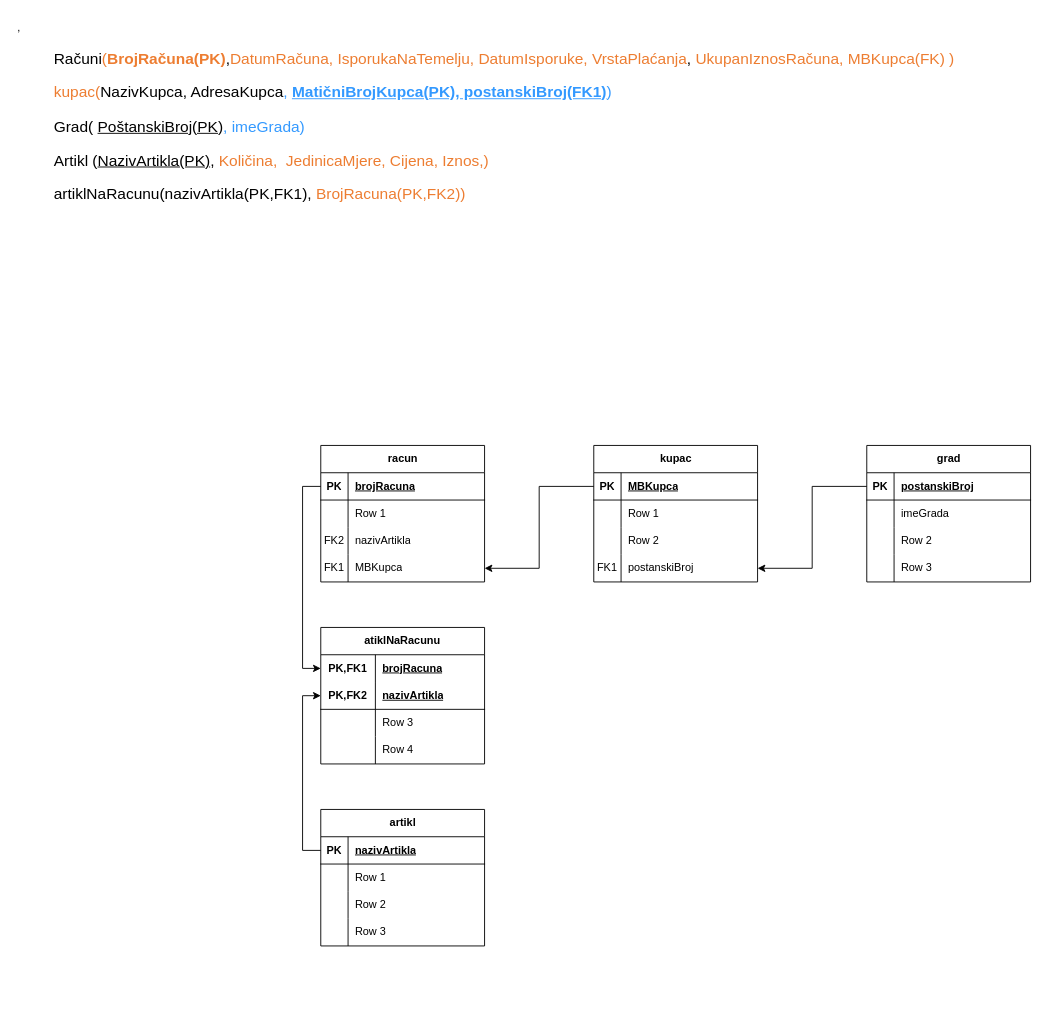
The draw.io diagram bp_v_20231025_Normaliyzacija.drawio in ivorp95/Telematika, before the edit. Source tidied: cells renumbered, new cells numbered last; positions are measured from the earlier drawing's top-left corner, leaving out a move shared by most shapes. Both pictures are drawn from the tidied source at 91%, with x=0, y=0 at pixel (15, 15).
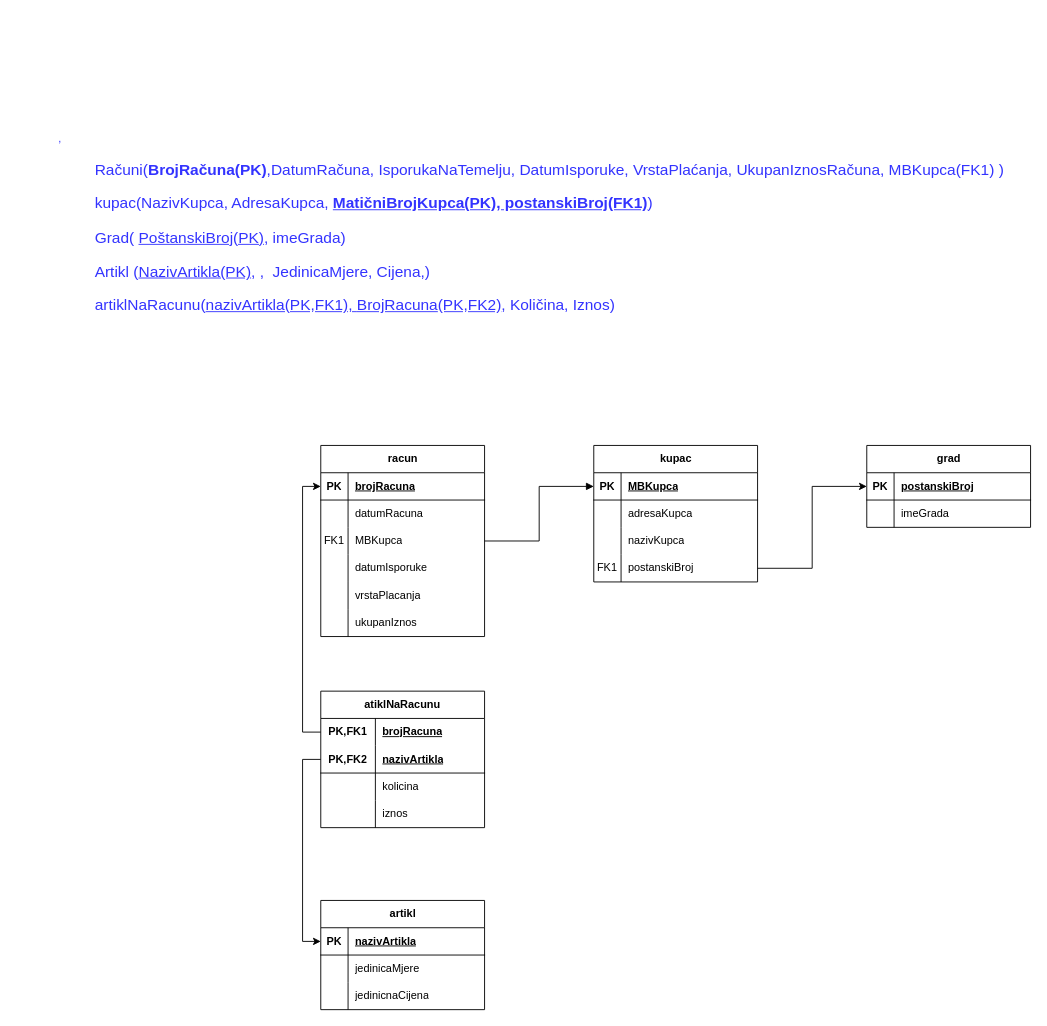
The same page after the edit.

Unchanged cells that the change refers to:
```xml
<mxCell id="4" style="shape=tableRow;horizontal=0;startSize=0;swimlaneHead=0;swimlaneBody=0;fillColor=none;points=[[0,0.5],[1,0.5]];portConstraint=eastwest;top=0;left=0;right=0;bottom=1;" parent="3" vertex="1">
  <mxGeometry y="30" width="180" height="30" as="geometry" />
</mxCell>
<mxCell id="7" style="shape=tableRow;horizontal=0;startSize=0;swimlaneHead=0;swimlaneBody=0;fillColor=none;top=0;left=0;right=0;bottom=0;" parent="3" vertex="1">
  <mxGeometry y="60" width="180" height="30" as="geometry" />
</mxCell>
<mxCell id="17" style="shape=tableRow;horizontal=0;startSize=0;swimlaneHead=0;swimlaneBody=0;fillColor=none;points=[[0,0.5],[1,0.5]];portConstraint=eastwest;top=0;left=0;right=0;bottom=1;" parent="16" vertex="1">
  <mxGeometry y="30" width="180" height="30" as="geometry" />
</mxCell>
<mxCell id="20" style="shape=tableRow;horizontal=0;startSize=0;swimlaneHead=0;swimlaneBody=0;fillColor=none;top=0;left=0;right=0;bottom=0;" parent="16" vertex="1">
  <mxGeometry y="60" width="180" height="30" as="geometry" />
</mxCell>
<mxCell id="23" style="shape=tableRow;horizontal=0;startSize=0;swimlaneHead=0;swimlaneBody=0;fillColor=none;top=0;left=0;right=0;bottom=0;" parent="16" vertex="1">
  <mxGeometry y="90" width="180" height="30" as="geometry" />
</mxCell>
<mxCell id="26" style="shape=tableRow;horizontal=0;startSize=0;swimlaneHead=0;swimlaneBody=0;fillColor=none;points=[[0,0.5],[1,0.5]];portConstraint=eastwest;top=0;left=0;right=0;bottom=0;" parent="16" vertex="1">
  <mxGeometry y="120" width="180" height="30" as="geometry" />
</mxCell>
<mxCell id="31" style="shape=tableRow;horizontal=0;startSize=0;swimlaneHead=0;swimlaneBody=0;fillColor=none;points=[[0,0.5],[1,0.5]];portConstraint=eastwest;top=0;left=0;right=0;bottom=1;" parent="30" vertex="1">
  <mxGeometry y="30" width="180" height="30" as="geometry" />
</mxCell>
<mxCell id="45" style="shape=tableRow;horizontal=0;startSize=0;swimlaneHead=0;swimlaneBody=0;fillColor=none;points=[[0,0.5],[1,0.5]];portConstraint=eastwest;top=0;left=0;right=0;bottom=1;" parent="44" vertex="1">
  <mxGeometry y="30" width="180" height="30" as="geometry" />
</mxCell>
<mxCell id="48" style="shape=tableRow;horizontal=0;startSize=0;swimlaneHead=0;swimlaneBody=0;fillColor=none;top=0;left=0;right=0;bottom=0;" parent="44" vertex="1">
  <mxGeometry y="60" width="180" height="30" as="geometry" />
</mxCell>
<mxCell id="51" style="shape=tableRow;horizontal=0;startSize=0;swimlaneHead=0;swimlaneBody=0;fillColor=none;top=0;left=0;right=0;bottom=0;" parent="44" vertex="1">
  <mxGeometry y="90" width="180" height="30" as="geometry" />
</mxCell>
<mxCell id="58" style="shape=tableRow;horizontal=0;startSize=0;swimlaneHead=0;swimlaneBody=0;fillColor=none;points=[[0,0.5],[1,0.5]];portConstraint=eastwest;top=0;left=0;right=0;bottom=0;html=1;" parent="57" vertex="1">
  <mxGeometry y="30" width="180" height="30" as="geometry" />
</mxCell>
<mxCell id="61" style="shape=tableRow;horizontal=0;startSize=0;swimlaneHead=0;swimlaneBody=0;fillColor=none;points=[[0,0.5],[1,0.5]];portConstraint=eastwest;top=0;left=0;right=0;bottom=1;html=1;" parent="57" vertex="1">
  <mxGeometry y="60" width="180" height="30" as="geometry" />
</mxCell>
<mxCell id="64" style="shape=tableRow;horizontal=0;startSize=0;swimlaneHead=0;swimlaneBody=0;fillColor=none;top=0;left=0;right=0;bottom=0;html=1;" parent="57" vertex="1">
  <mxGeometry y="90" width="180" height="30" as="geometry" />
</mxCell>
<mxCell id="67" style="shape=tableRow;horizontal=0;startSize=0;swimlaneHead=0;swimlaneBody=0;fillColor=none;top=0;left=0;right=0;bottom=0;html=1;" parent="57" vertex="1">
  <mxGeometry y="120" width="180" height="30" as="geometry" />
</mxCell>
```

Diff of the diagram source:
```diff
@@
-    <mxCell id="2" value="&lt;div style=&quot;&quot; title=&quot;Page 106&quot; class=&quot;page&quot;&gt;,&lt;div style=&quot;background-color: rgb(255, 255, 255);&quot; class=&quot;section&quot;&gt;&lt;div class=&quot;layoutArea&quot;&gt;&lt;div class=&quot;column&quot;&gt;&lt;ul style=&quot;list-style-type: none;&quot;&gt;&lt;li style=&quot;font-size: 17px;&quot;&gt;&lt;p&gt;Računi&lt;span style=&quot;font-family: Calibri; color: rgb(237, 125, 49);&quot;&gt;(&lt;/span&gt;&lt;span style=&quot;font-family: Calibri; font-weight: 700; color: rgb(237, 125, 49);&quot;&gt;BrojRačuna(PK)&lt;/span&gt;,&lt;span style=&quot;border-color: var(--border-color); font-family: Calibri; color: rgb(237, 125, 49);&quot;&gt;DatumRačuna&lt;/span&gt;&lt;span style=&quot;border-color: var(--border-color); font-family: Calibri; color: rgb(237, 125, 49);&quot;&gt;, IsporukaNaTemelju,&amp;nbsp;&lt;/span&gt;&lt;span style=&quot;border-color: var(--border-color); font-family: Calibri; color: rgb(237, 125, 49);&quot;&gt;DatumIsporuke,&amp;nbsp;&lt;/span&gt;&lt;span style=&quot;border-color: var(--border-color); font-family: Calibri; color: rgb(237, 125, 49);&quot;&gt;VrstaPlaćanja&lt;/span&gt;,&amp;nbsp;&lt;span style=&quot;caret-color: rgb(237, 125, 49); color: rgb(237, 125, 49); font-family: Calibri;&quot;&gt;UkupanIznos&lt;/span&gt;&lt;span style=&quot;caret-color: rgb(237, 125, 49); color: rgb(237, 125, 49); font-family: Calibri;&quot;&gt;Računa, MBKupca(FK)&lt;/span&gt;&lt;span style=&quot;font-family: Calibri; color: rgb(237, 125, 49);&quot;&gt;&amp;nbsp;&lt;/span&gt;&lt;span style=&quot;font-family: Calibri; color: rgb(237, 125, 49);&quot;&gt;)&lt;/span&gt;&lt;/p&gt;&lt;p&gt;&lt;span style=&quot;caret-color: rgb(237, 125, 49); color: rgb(237, 125, 49); font-family: Calibri;&quot;&gt;kupac(&lt;/span&gt;NazivKupca, AdresaKupca&lt;span style=&quot;color: rgb(51, 153, 255); border-color: var(--border-color); font-family: Calibri;&quot;&gt;,&amp;nbsp;&lt;/span&gt;&lt;span style=&quot;color: rgb(51, 153, 255); border-color: var(--border-color); font-family: Calibri;&quot;&gt;&lt;u&gt;&lt;b&gt;MatičniBrojKupca(PK), postanskiBroj(FK1)&lt;/b&gt;&lt;/u&gt;)&lt;/span&gt;&lt;/p&gt;&lt;p style=&quot;border-color: var(--border-color);&quot;&gt;Grad( &lt;u&gt;PoštanskiBroj(PK)&lt;/u&gt;&lt;span style=&quot;border-color: var(--border-color); color: rgb(51, 153, 255); font-family: Calibri;&quot;&gt;, ime&lt;/span&gt;&lt;span style=&quot;font-family: Calibri; color: rgb(51, 153, 255);&quot;&gt;Grada)&lt;/span&gt;&lt;/p&gt;&lt;p style=&quot;border-color: var(--border-color);&quot;&gt;Artikl (&lt;u&gt;NazivArtikla(PK)&lt;/u&gt;,&amp;nbsp;&lt;span style=&quot;border-color: var(--border-color); font-family: Calibri; color: rgb(237, 125, 49);&quot;&gt;Količina&lt;/span&gt;&lt;span style=&quot;border-color: var(--border-color); font-family: Calibri; color: rgb(237, 125, 49);&quot;&gt;, &amp;nbsp;&lt;/span&gt;&lt;span style=&quot;color: rgb(237, 125, 49); font-family: Calibri;&quot;&gt;JedinicaMjere, Cijena, Iznos,)&lt;/span&gt;&lt;/p&gt;&lt;p style=&quot;border-color: var(--border-color);&quot;&gt;artiklNaRacunu(nazivArtikla(PK,FK1),&amp;nbsp;&lt;span style=&quot;caret-color: rgb(237, 125, 49); color: rgb(237, 125, 49); font-family: Calibri;&quot;&gt;BrojRacuna&lt;/span&gt;&lt;span style=&quot;color: rgb(237, 125, 49); font-family: Calibri;&quot;&gt;(PK,FK2))&lt;/span&gt;&lt;/p&gt;&lt;/li&gt;&lt;/ul&gt;&lt;/div&gt;&lt;/div&gt;&lt;/div&gt;&lt;/div&gt;" style="text;html=1;align=left;verticalAlign=middle;strokeColor=none;fillColor=none;" parent="1" vertex="1">
-      <mxGeometry width="980" height="230" as="geometry" />
+    <mxCell id="2" value="&lt;div style=&quot;&quot; title=&quot;Page 106&quot; class=&quot;page&quot;&gt;&lt;font color=&quot;#3333ff&quot;&gt;,&lt;/font&gt;&lt;div style=&quot;background-color: rgb(255, 255, 255);&quot; class=&quot;section&quot;&gt;&lt;div class=&quot;layoutArea&quot;&gt;&lt;div class=&quot;column&quot;&gt;&lt;ul style=&quot;list-style-type: none;&quot;&gt;&lt;li style=&quot;font-size: 17px;&quot;&gt;&lt;p&gt;&lt;font color=&quot;#3333ff&quot;&gt;Računi&lt;span style=&quot;font-family: Calibri;&quot;&gt;(&lt;/span&gt;&lt;span style=&quot;font-family: Calibri; font-weight: 700;&quot;&gt;BrojRačuna(PK)&lt;/span&gt;,&lt;span style=&quot;border-color: var(--border-color); font-family: Calibri;&quot;&gt;DatumRačuna&lt;/span&gt;&lt;span style=&quot;border-color: var(--border-color); font-family: Calibri;&quot;&gt;, IsporukaNaTemelju,&amp;nbsp;&lt;/span&gt;&lt;span style=&quot;border-color: var(--border-color); font-family: Calibri;&quot;&gt;DatumIsporuke,&amp;nbsp;&lt;/span&gt;&lt;span style=&quot;border-color: var(--border-color); font-family: Calibri;&quot;&gt;VrstaPlaćanja&lt;/span&gt;,&amp;nbsp;&lt;span style=&quot;caret-color: rgb(237, 125, 49); font-family: Calibri;&quot;&gt;UkupanIznos&lt;/span&gt;&lt;span style=&quot;caret-color: rgb(237, 125, 49); font-family: Calibri;&quot;&gt;Računa, MBKupca(FK1)&lt;/span&gt;&lt;span style=&quot;font-family: Calibri;&quot;&gt;&amp;nbsp;&lt;/span&gt;&lt;span style=&quot;font-family: Calibri;&quot;&gt;)&lt;/span&gt;&lt;/font&gt;&lt;/p&gt;&lt;p&gt;&lt;font color=&quot;#3333ff&quot;&gt;&lt;span style=&quot;caret-color: rgb(237, 125, 49); font-family: Calibri;&quot;&gt;kupac(&lt;/span&gt;NazivKupca, AdresaKupca&lt;span style=&quot;border-color: var(--border-color); font-family: Calibri;&quot;&gt;,&amp;nbsp;&lt;/span&gt;&lt;span style=&quot;border-color: var(--border-color); font-family: Calibri;&quot;&gt;&lt;u&gt;&lt;b&gt;MatičniBrojKupca(PK), postanskiBroj(FK1)&lt;/b&gt;&lt;/u&gt;)&lt;/span&gt;&lt;/font&gt;&lt;/p&gt;&lt;p style=&quot;border-color: var(--border-color);&quot;&gt;&lt;font color=&quot;#3333ff&quot;&gt;Grad( &lt;u&gt;PoštanskiBroj(PK)&lt;/u&gt;&lt;span style=&quot;border-color: var(--border-color); font-family: Calibri;&quot;&gt;, ime&lt;/span&gt;&lt;span style=&quot;font-family: Calibri;&quot;&gt;Grada)&lt;/span&gt;&lt;/font&gt;&lt;/p&gt;&lt;p style=&quot;border-color: var(--border-color);&quot;&gt;&lt;font color=&quot;#3333ff&quot;&gt;Artikl (&lt;u&gt;NazivArtikla(PK)&lt;/u&gt;,&amp;nbsp;&lt;span style=&quot;border-color: var(--border-color); font-family: Calibri;&quot;&gt;, &amp;nbsp;&lt;/span&gt;&lt;span style=&quot;font-family: Calibri;&quot;&gt;JedinicaMjere, Cijena,)&lt;/span&gt;&lt;/font&gt;&lt;/p&gt;&lt;p style=&quot;border-color: var(--border-color);&quot;&gt;&lt;font color=&quot;#3333ff&quot;&gt;artiklNaRacunu(&lt;u&gt;nazivArtikla(PK,FK1),&amp;nbsp;&lt;span style=&quot;caret-color: rgb(237, 125, 49); font-family: Calibri;&quot;&gt;BrojRacuna&lt;/span&gt;(PK,FK2)&lt;/u&gt;,&amp;nbsp;&lt;span style=&quot;caret-color: rgb(237, 125, 49); font-family: Calibri;&quot;&gt;Količina,&amp;nbsp;&lt;/span&gt;Iznos&lt;span style=&quot;font-family: Calibri;&quot;&gt;)&lt;/span&gt;&lt;/font&gt;&lt;/p&gt;&lt;/li&gt;&lt;/ul&gt;&lt;/div&gt;&lt;/div&gt;&lt;/div&gt;&lt;/div&gt;" style="text;html=1;align=left;verticalAlign=middle;strokeColor=none;fillColor=none;" parent="1" vertex="1">
+      <mxGeometry x="45" y="122" width="990" height="230" as="geometry" />
     </mxCell>
     <mxCell id="3" value="racun" style="shape=table;startSize=30;childLayout=tableLayout;rowLines=0;fontStyle=1;align=center;html=1;" parent="1" vertex="1">
-      <mxGeometry x="335" y="472" width="180" height="150" as="geometry" />
+      <mxGeometry x="335" y="472" width="180" height="210" as="geometry" />
     </mxCell>
@@
-    <mxCell id="9" value="Row 1" style="shape=partialRectangle;fillColor=none;top=0;left=0;bottom=0;right=0;align=left;spacingLeft=6;overflow=hidden;whiteSpace=wrap;html=1;" parent="7" vertex="1">
+    <mxCell id="9" value="datumRacuna" style="shape=partialRectangle;fillColor=none;top=0;left=0;bottom=0;right=0;align=left;spacingLeft=6;overflow=hidden;whiteSpace=wrap;html=1;" parent="7" vertex="1">
       <mxGeometry x="30" width="150" height="30" as="geometry" />
     </mxCell>
-    <mxCell id="10" style="shape=tableRow;horizontal=0;startSize=0;swimlaneHead=0;swimlaneBody=0;fillColor=none;top=0;left=0;right=0;bottom=0;" parent="3" vertex="1">
-      <mxGeometry y="90" width="180" height="30" as="geometry" />
-    </mxCell>
-    <mxCell id="11" value="FK2" style="shape=partialRectangle;fillColor=none;top=0;left=0;bottom=0;right=0;overflow=hidden;whiteSpace=wrap;html=1;" parent="10" vertex="1">
-      <mxGeometry width="30" height="30" as="geometry" />
-    </mxCell>
-    <mxCell id="12" value="nazivArtikla" style="shape=partialRectangle;fillColor=none;top=0;left=0;bottom=0;right=0;align=left;spacingLeft=6;overflow=hidden;whiteSpace=wrap;html=1;" parent="10" vertex="1">
-      <mxGeometry x="30" width="150" height="30" as="geometry" />
-    </mxCell>
     <mxCell id="13" style="shape=tableRow;horizontal=0;startSize=0;swimlaneHead=0;swimlaneBody=0;fillColor=none;points=[[0,0.5],[1,0.5]];portConstraint=eastwest;top=0;left=0;right=0;bottom=0;" parent="3" vertex="1">
-      <mxGeometry y="120" width="180" height="30" as="geometry" />
+      <mxGeometry y="90" width="180" height="30" as="geometry" />
     </mxCell>
@@
+    <mxCell id="72" style="shape=tableRow;horizontal=0;startSize=0;swimlaneHead=0;swimlaneBody=0;fillColor=none;top=0;left=0;right=0;bottom=0;" parent="3" vertex="1">
+      <mxGeometry y="120" width="180" height="30" as="geometry" />
+    </mxCell>
+    <mxCell id="73" style="shape=partialRectangle;fillColor=none;top=0;left=0;bottom=0;right=0;overflow=hidden;whiteSpace=wrap;html=1;" parent="72" vertex="1">
+      <mxGeometry width="30" height="30" as="geometry" />
+    </mxCell>
+    <mxCell id="74" value="datumIsporuke" style="shape=partialRectangle;fillColor=none;top=0;left=0;bottom=0;right=0;align=left;spacingLeft=6;overflow=hidden;whiteSpace=wrap;html=1;" parent="72" vertex="1">
+      <mxGeometry x="30" width="150" height="30" as="geometry" />
+    </mxCell>
+    <mxCell id="75" style="shape=tableRow;horizontal=0;startSize=0;swimlaneHead=0;swimlaneBody=0;fillColor=none;top=0;left=0;right=0;bottom=0;" parent="3" vertex="1">
+      <mxGeometry y="150" width="180" height="30" as="geometry" />
+    </mxCell>
+    <mxCell id="76" style="shape=partialRectangle;fillColor=none;top=0;left=0;bottom=0;right=0;overflow=hidden;whiteSpace=wrap;html=1;" parent="75" vertex="1">
+      <mxGeometry width="30" height="30" as="geometry" />
+    </mxCell>
+    <mxCell id="77" value="vrstaPlacanja" style="shape=partialRectangle;fillColor=none;top=0;left=0;bottom=0;right=0;align=left;spacingLeft=6;overflow=hidden;whiteSpace=wrap;html=1;" parent="75" vertex="1">
+      <mxGeometry x="30" width="150" height="30" as="geometry" />
+    </mxCell>
+    <mxCell id="78" style="shape=tableRow;horizontal=0;startSize=0;swimlaneHead=0;swimlaneBody=0;fillColor=none;top=0;left=0;right=0;bottom=0;" parent="3" vertex="1">
+      <mxGeometry y="180" width="180" height="30" as="geometry" />
+    </mxCell>
+    <mxCell id="79" style="shape=partialRectangle;fillColor=none;top=0;left=0;bottom=0;right=0;overflow=hidden;whiteSpace=wrap;html=1;" parent="78" vertex="1">
+      <mxGeometry width="30" height="30" as="geometry" />
+    </mxCell>
+    <mxCell id="80" value="ukupanIznos" style="shape=partialRectangle;fillColor=none;top=0;left=0;bottom=0;right=0;align=left;spacingLeft=6;overflow=hidden;whiteSpace=wrap;html=1;" parent="78" vertex="1">
+      <mxGeometry x="30" width="150" height="30" as="geometry" />
+    </mxCell>
@@
-    <mxCell id="22" value="Row 1" style="shape=partialRectangle;fillColor=none;top=0;left=0;bottom=0;right=0;align=left;spacingLeft=6;overflow=hidden;whiteSpace=wrap;html=1;" parent="20" vertex="1">
+    <mxCell id="22" value="adresaKupca" style="shape=partialRectangle;fillColor=none;top=0;left=0;bottom=0;right=0;align=left;spacingLeft=6;overflow=hidden;whiteSpace=wrap;html=1;" parent="20" vertex="1">
       <mxGeometry x="30" width="150" height="30" as="geometry" />
     </mxCell>
@@
-    <mxCell id="25" value="Row 2" style="shape=partialRectangle;fillColor=none;top=0;left=0;bottom=0;right=0;align=left;spacingLeft=6;overflow=hidden;whiteSpace=wrap;html=1;" parent="23" vertex="1">
+    <mxCell id="25" value="nazivKupca" style="shape=partialRectangle;fillColor=none;top=0;left=0;bottom=0;right=0;align=left;spacingLeft=6;overflow=hidden;whiteSpace=wrap;html=1;" parent="23" vertex="1">
       <mxGeometry x="30" width="150" height="30" as="geometry" />
     </mxCell>
@@
-    <mxCell id="29" style="edgeStyle=orthogonalEdgeStyle;rounded=0;jettySize=auto;html=1;entryX=1;entryY=0.5;entryDx=0;entryDy=0;" parent="1" edge="1" source="17" target="13">
+    <mxCell id="29" style="edgeStyle=orthogonalEdgeStyle;rounded=0;jettySize=auto;html=1;entryX=1;entryY=0.5;entryDx=0;entryDy=0;startArrow=block;startFill=1;endArrow=none;endFill=0;" parent="1" edge="1" source="17" target="13">
       <mxGeometry relative="1" as="geometry" />
     </mxCell>
     <mxCell id="30" value="grad" style="shape=table;startSize=30;childLayout=tableLayout;rowLines=0;fontStyle=1;align=center;html=1;" parent="1" vertex="1">
-      <mxGeometry x="935" y="472" width="180" height="150" as="geometry" />
+      <mxGeometry x="935" y="472" width="180" height="90" as="geometry" />
     </mxCell>
@@
-    <mxCell id="37" style="shape=tableRow;horizontal=0;startSize=0;swimlaneHead=0;swimlaneBody=0;fillColor=none;top=0;left=0;right=0;bottom=0;" parent="30" vertex="1">
-      <mxGeometry y="90" width="180" height="30" as="geometry" />
-    </mxCell>
-    <mxCell id="38" style="shape=partialRectangle;fillColor=none;top=0;left=0;bottom=0;right=0;overflow=hidden;whiteSpace=wrap;html=1;" parent="37" vertex="1">
-      <mxGeometry width="30" height="30" as="geometry" />
-    </mxCell>
-    <mxCell id="39" value="Row 2" style="shape=partialRectangle;fillColor=none;top=0;left=0;bottom=0;right=0;align=left;spacingLeft=6;overflow=hidden;whiteSpace=wrap;html=1;" parent="37" vertex="1">
-      <mxGeometry x="30" width="150" height="30" as="geometry" />
-    </mxCell>
-    <mxCell id="40" style="shape=tableRow;horizontal=0;startSize=0;swimlaneHead=0;swimlaneBody=0;fillColor=none;top=0;left=0;right=0;bottom=0;" parent="30" vertex="1">
-      <mxGeometry y="120" width="180" height="30" as="geometry" />
-    </mxCell>
-    <mxCell id="41" style="shape=partialRectangle;fillColor=none;top=0;left=0;bottom=0;right=0;overflow=hidden;whiteSpace=wrap;html=1;" parent="40" vertex="1">
-      <mxGeometry width="30" height="30" as="geometry" />
-    </mxCell>
-    <mxCell id="42" value="Row 3" style="shape=partialRectangle;fillColor=none;top=0;left=0;bottom=0;right=0;align=left;spacingLeft=6;overflow=hidden;whiteSpace=wrap;html=1;" parent="40" vertex="1">
-      <mxGeometry x="30" width="150" height="30" as="geometry" />
-    </mxCell>
-    <mxCell id="43" style="edgeStyle=orthogonalEdgeStyle;rounded=0;jettySize=auto;html=1;exitX=0;exitY=0.5;exitDx=0;exitDy=0;" parent="1" edge="1" source="31" target="26">
+    <mxCell id="43" style="edgeStyle=orthogonalEdgeStyle;rounded=0;jettySize=auto;html=1;exitX=0;exitY=0.5;exitDx=0;exitDy=0;endArrow=none;endFill=0;startArrow=classic;startFill=1;" parent="1" edge="1" source="31" target="26">
       <mxGeometry relative="1" as="geometry" />
     </mxCell>
     <mxCell id="44" value="artikl" style="shape=table;startSize=30;childLayout=tableLayout;rowLines=0;fontStyle=1;align=center;html=1;" parent="1" vertex="1">
-      <mxGeometry x="335" y="872" width="180" height="150" as="geometry" />
+      <mxGeometry x="335" y="972" width="180" height="120" as="geometry" />
     </mxCell>
@@
-    <mxCell id="50" value="Row 1" style="shape=partialRectangle;fillColor=none;top=0;left=0;bottom=0;right=0;align=left;spacingLeft=6;overflow=hidden;whiteSpace=wrap;html=1;" parent="48" vertex="1">
+    <mxCell id="50" value="jedinicaMjere" style="shape=partialRectangle;fillColor=none;top=0;left=0;bottom=0;right=0;align=left;spacingLeft=6;overflow=hidden;whiteSpace=wrap;html=1;" parent="48" vertex="1">
       <mxGeometry x="30" width="150" height="30" as="geometry" />
     </mxCell>
@@
-    <mxCell id="53" value="Row 2" style="shape=partialRectangle;fillColor=none;top=0;left=0;bottom=0;right=0;align=left;spacingLeft=6;overflow=hidden;whiteSpace=wrap;html=1;" parent="51" vertex="1">
+    <mxCell id="53" value="jedinicnaCijena" style="shape=partialRectangle;fillColor=none;top=0;left=0;bottom=0;right=0;align=left;spacingLeft=6;overflow=hidden;whiteSpace=wrap;html=1;" parent="51" vertex="1">
       <mxGeometry x="30" width="150" height="30" as="geometry" />
     </mxCell>
-    <mxCell id="54" style="shape=tableRow;horizontal=0;startSize=0;swimlaneHead=0;swimlaneBody=0;fillColor=none;top=0;left=0;right=0;bottom=0;" parent="44" vertex="1">
-      <mxGeometry y="120" width="180" height="30" as="geometry" />
-    </mxCell>
-    <mxCell id="55" style="shape=partialRectangle;fillColor=none;top=0;left=0;bottom=0;right=0;overflow=hidden;whiteSpace=wrap;html=1;" parent="54" vertex="1">
-      <mxGeometry width="30" height="30" as="geometry" />
-    </mxCell>
-    <mxCell id="56" value="Row 3" style="shape=partialRectangle;fillColor=none;top=0;left=0;bottom=0;right=0;align=left;spacingLeft=6;overflow=hidden;whiteSpace=wrap;html=1;" parent="54" vertex="1">
-      <mxGeometry x="30" width="150" height="30" as="geometry" />
-    </mxCell>
     <mxCell id="57" value="atiklNaRacunu" style="shape=table;startSize=30;childLayout=tableLayout;rowLines=0;fontStyle=1;align=center;html=1;whiteSpace=wrap;" parent="1" vertex="1">
-      <mxGeometry x="335" y="672" width="180" height="150" as="geometry" />
+      <mxGeometry x="335" y="742" width="180" height="150" as="geometry" />
     </mxCell>
@@
-    <mxCell id="66" value="Row 3" style="shape=partialRectangle;fillColor=none;top=0;left=0;bottom=0;right=0;align=left;spacingLeft=6;overflow=hidden;html=1;whiteSpace=wrap;" parent="64" vertex="1">
+    <mxCell id="66" value="kolicina" style="shape=partialRectangle;fillColor=none;top=0;left=0;bottom=0;right=0;align=left;spacingLeft=6;overflow=hidden;html=1;whiteSpace=wrap;" parent="64" vertex="1">
       <mxGeometry x="60" width="120" height="30" as="geometry" />
     </mxCell>
@@
-    <mxCell id="69" value="Row 4" style="shape=partialRectangle;fillColor=none;top=0;left=0;bottom=0;right=0;align=left;spacingLeft=6;overflow=hidden;html=1;whiteSpace=wrap;" parent="67" vertex="1">
+    <mxCell id="69" value="iznos" style="shape=partialRectangle;fillColor=none;top=0;left=0;bottom=0;right=0;align=left;spacingLeft=6;overflow=hidden;html=1;whiteSpace=wrap;" parent="67" vertex="1">
       <mxGeometry x="60" width="120" height="30" as="geometry" />
     </mxCell>
-    <mxCell id="70" style="edgeStyle=orthogonalEdgeStyle;rounded=0;jettySize=auto;html=1;exitX=0;exitY=0.5;exitDx=0;exitDy=0;entryX=0;entryY=0.5;entryDx=0;entryDy=0;" parent="1" edge="1" source="45" target="61">
+    <mxCell id="70" style="edgeStyle=orthogonalEdgeStyle;rounded=0;jettySize=auto;html=1;exitX=0;exitY=0.5;exitDx=0;exitDy=0;entryX=0;entryY=0.5;entryDx=0;entryDy=0;startArrow=classic;startFill=1;endArrow=none;endFill=0;" parent="1" edge="1" source="45" target="61">
       <mxGeometry relative="1" as="geometry" />
     </mxCell>
-    <mxCell id="71" style="edgeStyle=orthogonalEdgeStyle;rounded=0;jettySize=auto;html=1;exitX=0;exitY=0.5;exitDx=0;exitDy=0;entryX=0;entryY=0.5;entryDx=0;entryDy=0;" parent="1" edge="1" source="4" target="58">
+    <mxCell id="71" style="edgeStyle=orthogonalEdgeStyle;rounded=0;jettySize=auto;html=1;exitX=0;exitY=0.5;exitDx=0;exitDy=0;entryX=0;entryY=0.5;entryDx=0;entryDy=0;endArrow=none;endFill=0;startArrow=classic;startFill=1;" parent="1" edge="1" source="4" target="58">
       <mxGeometry relative="1" as="geometry" />
     </mxCell>
```
